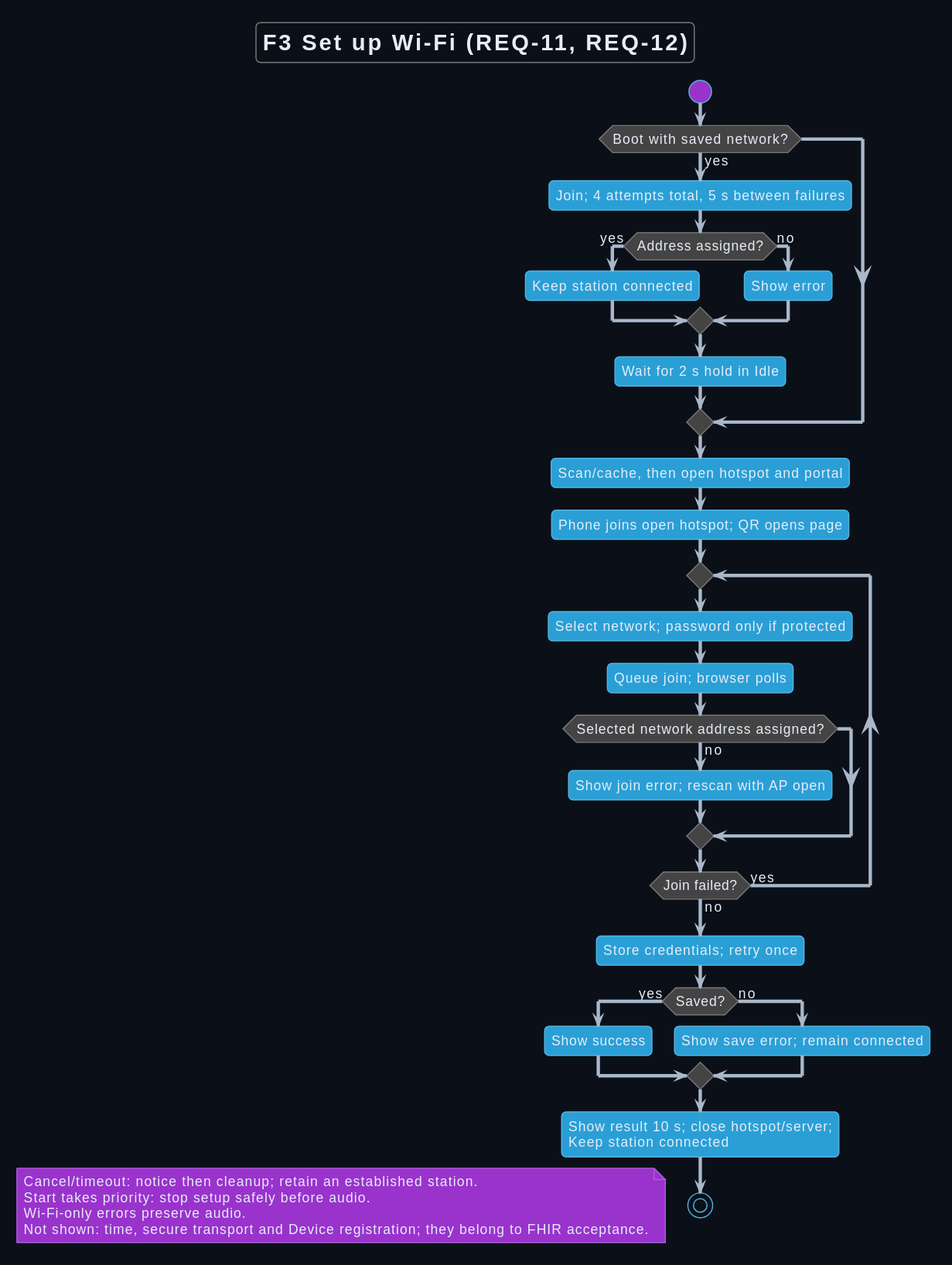
Before: Development/system/requirements/use-cases/rendered/uc_03_set_up_wifi.svg, a diagram exported from PlantUML (DemonicPsychoII/DigitalStethoscope).
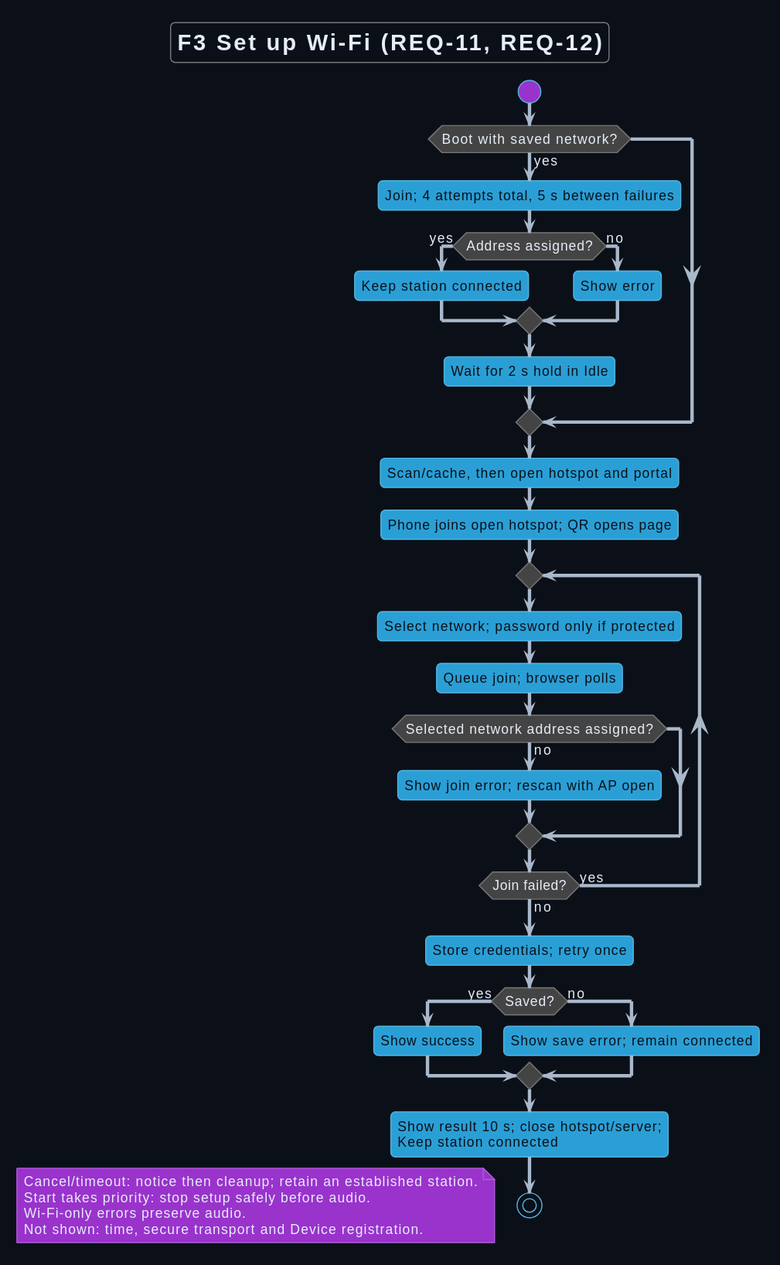
The same file after the commit.

Diff of the diagram source:
```diff
@@ -5,6 +5,10 @@
 skinparam backgroundColor #0b1018
 skinparam defaultFontColor #e6edf7
 skinparam ArrowColor #a9b8ca
+skinparam activity {
+ FontColor #0b1018
+ DiamondFontColor #e6edf7
+}
 title F3 Set up Wi-Fi (REQ-11, REQ-12)
 start
 if (Boot with saved network?) then (yes)
@@ -37,6 +41,6 @@
  Cancel/timeout: notice then cleanup; retain an established station.
  Start takes priority: stop setup safely before audio.
  Wi-Fi-only errors preserve audio.
- Not shown: time, secure transport and Device registration; they belong to FHIR acceptance.
+ Not shown: time, secure transport and Device registration.
 end note
 @enduml
```
